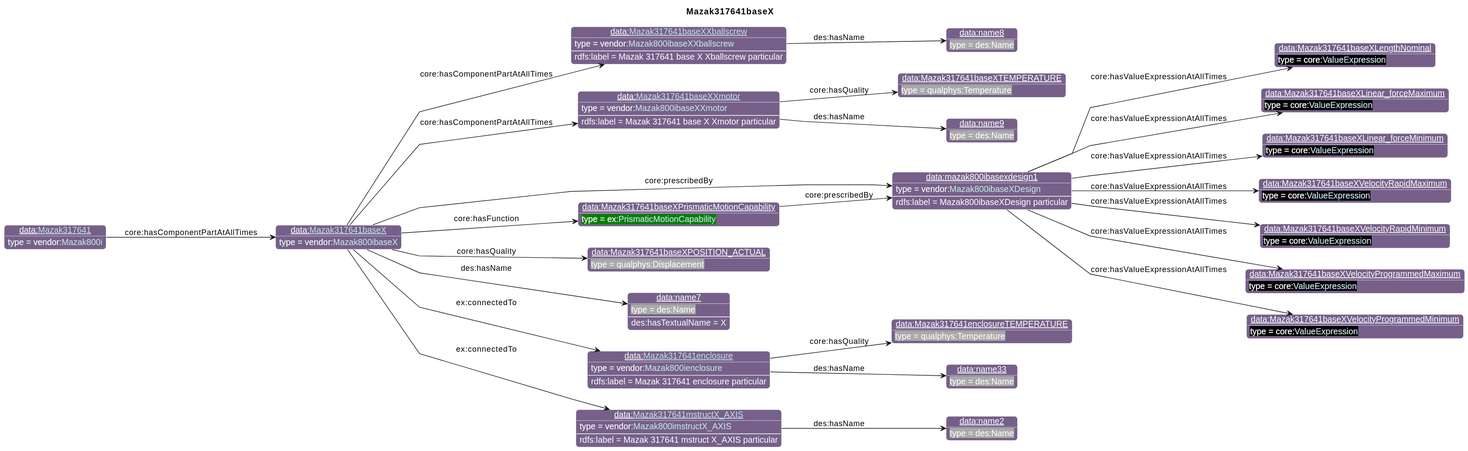
The PlantUML diagram diagrams/Mazak317641baseX.svg in iofoundry/example-syseng-mtconnect, before a commit.
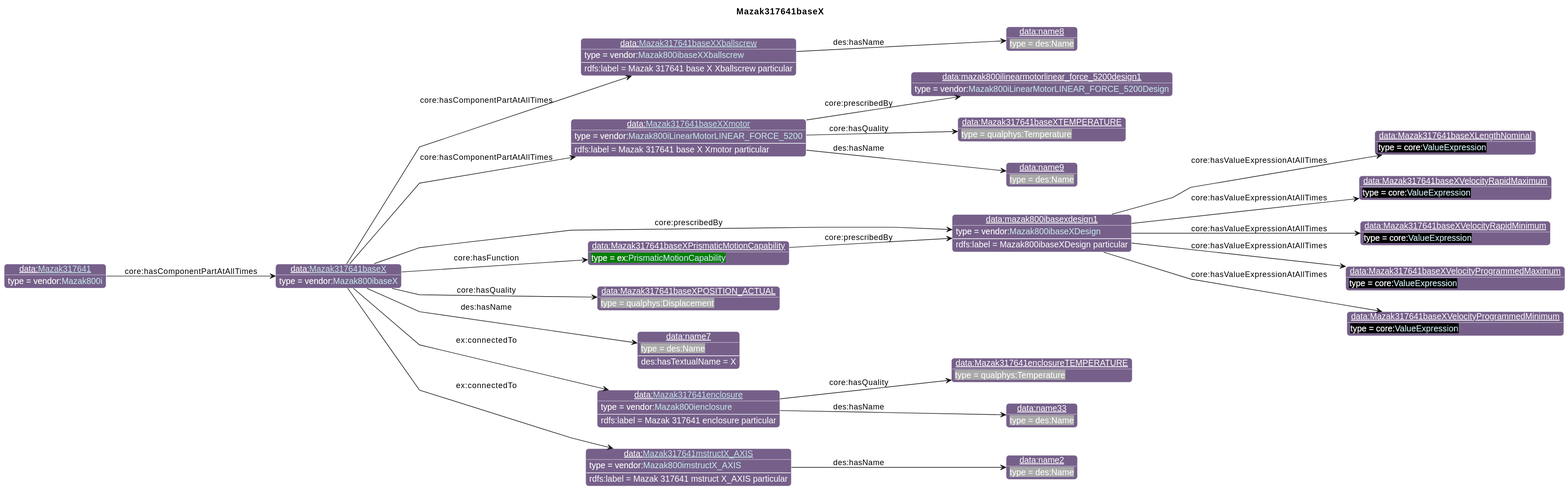
After the commit.

The edit, as a diff of the source:
```diff
@@ -28,53 +28,51 @@
 individual(o0, data:[[./Mazak317641baseX.html Mazak317641baseX]], vendor:[[../Mazak.html#Mazak800ibaseX Mazak800ibaseX]])
 individual(o1, data:[[./Mazak317641baseXXballscrew.html Mazak317641baseXXballscrew]], vendor:[[../Mazak.html#Mazak800ibaseXXballscrew Mazak800ibaseXXballscrew]])
 individual(o2, data:name8, des:Name)
-individual(o3, data:[[./Mazak317641baseXXmotor.html Mazak317641baseXXmotor]], vendor:[[../Mazak.html#Mazak800ibaseXXmotor Mazak800ibaseXXmotor]])
-individual(o4, data:Mazak317641baseXTEMPERATURE, qualphys:Temperature)
-individual(o5, data:name9, des:Name)
-individual(o6, data:mazak800ibasexdesign1, vendor:[[../Mazak.html#Mazak800ibaseXDesign Mazak800ibaseXDesign]])
-individual(o7, data:Mazak317641baseXLengthNominal, core:[[https://spec.industrialontologies.org/ontology/core/Core/ValueExpression ValueExpression]])
-individual(o8, data:Mazak317641baseXLinear_forceMaximum, core:[[https://spec.industrialontologies.org/ontology/core/Core/ValueExpression ValueExpression]])
-individual(o9, data:Mazak317641baseXLinear_forceMinimum, core:[[https://spec.industrialontologies.org/ontology/core/Core/ValueExpression ValueExpression]])
-individual(o10, data:Mazak317641baseXVelocityRapidMaximum, core:[[https://spec.industrialontologies.org/ontology/core/Core/ValueExpression ValueExpression]])
-individual(o11, data:Mazak317641baseXVelocityRapidMinimum, core:[[https://spec.industrialontologies.org/ontology/core/Core/ValueExpression ValueExpression]])
-individual(o12, data:Mazak317641baseXVelocityProgrammedMaximum, core:[[https://spec.industrialontologies.org/ontology/core/Core/ValueExpression ValueExpression]])
-individual(o13, data:Mazak317641baseXVelocityProgrammedMinimum, core:[[https://spec.industrialontologies.org/ontology/core/Core/ValueExpression ValueExpression]])
-individual(o14, data:Mazak317641baseXPrismaticMotionCapability, ex:[[../Example.html#PrismaticMotionCapability PrismaticMotionCapability]])
-individual(o15, data:Mazak317641baseXPOSITION_ACTUAL, qualphys:Displacement)
-individual(o16, data:name7, des:Name)
-individual(o17, data:[[./Mazak317641enclosure.html Mazak317641enclosure]], vendor:[[../Mazak.html#Mazak800ienclosure Mazak800ienclosure]])
-individual(o18, data:Mazak317641enclosureTEMPERATURE, qualphys:Temperature)
-individual(o19, data:name33, des:Name)
-individual(o20, data:[[./Mazak317641mstructX_AXIS.html Mazak317641mstructX_AXIS]], vendor:[[../Mazak.html#Mazak800imstructX_AXIS Mazak800imstructX_AXIS]])
-individual(o21, data:name2, des:Name)
-individual(o22, data:[[./Mazak317641.html Mazak317641]], vendor:[[../Mazak.html#Mazak800i Mazak800i]])
+individual(o3, data:[[./Mazak317641baseXXmotor.html Mazak317641baseXXmotor]], vendor:[[../Mazak.html#Mazak800iLinearMotorLINEAR_FORCE_5200 Mazak800iLinearMotorLINEAR_FORCE_5200]])
+individual(o4, data:mazak800ilinearmotorlinear_force_5200design1, vendor:[[../Mazak.html#Mazak800iLinearMotorLINEAR_FORCE_5200Design Mazak800iLinearMotorLINEAR_FORCE_5200Design]])
+individual(o5, data:Mazak317641baseXTEMPERATURE, qualphys:Temperature)
+individual(o6, data:name9, des:Name)
+individual(o7, data:mazak800ibasexdesign1, vendor:[[../Mazak.html#Mazak800ibaseXDesign Mazak800ibaseXDesign]])
+individual(o8, data:Mazak317641baseXLengthNominal, core:[[https://spec.industrialontologies.org/ontology/core/Core/ValueExpression ValueExpression]])
+individual(o9, data:Mazak317641baseXVelocityRapidMaximum, core:[[https://spec.industrialontologies.org/ontology/core/Core/ValueExpression ValueExpression]])
+individual(o10, data:Mazak317641baseXVelocityRapidMinimum, core:[[https://spec.industrialontologies.org/ontology/core/Core/ValueExpression ValueExpression]])
+individual(o11, data:Mazak317641baseXVelocityProgrammedMaximum, core:[[https://spec.industrialontologies.org/ontology/core/Core/ValueExpression ValueExpression]])
+individual(o12, data:Mazak317641baseXVelocityProgrammedMinimum, core:[[https://spec.industrialontologies.org/ontology/core/Core/ValueExpression ValueExpression]])
+individual(o13, data:Mazak317641baseXPrismaticMotionCapability, ex:[[../Example.html#PrismaticMotionCapability PrismaticMotionCapability]])
+individual(o14, data:Mazak317641baseXPOSITION_ACTUAL, qualphys:Displacement)
+individual(o15, data:name7, des:Name)
+individual(o16, data:[[./Mazak317641enclosure.html Mazak317641enclosure]], vendor:[[../Mazak.html#Mazak800ienclosure Mazak800ienclosure]])
+individual(o17, data:Mazak317641enclosureTEMPERATURE, qualphys:Temperature)
+individual(o18, data:name33, des:Name)
+individual(o19, data:[[./Mazak317641mstructX_AXIS.html Mazak317641mstructX_AXIS]], vendor:[[../Mazak.html#Mazak800imstructX_AXIS Mazak800imstructX_AXIS]])
+individual(o20, data:name2, des:Name)
+individual(o21, data:[[./Mazak317641.html Mazak317641]], vendor:[[../Mazak.html#Mazak800i Mazak800i]])
 property(o0, "core:hasComponentPartAtAllTimes", o1)
 data(o1, "rdfs:label", "Mazak 317641 base X Xballscrew particular")
 property(o1, "des:hasName", o2)
 property(o0, "core:hasComponentPartAtAllTimes", o3)
 data(o3, "rdfs:label", "Mazak 317641 base X Xmotor particular")
-property(o3, "core:hasQuality", o4)
-property(o3, "des:hasName", o5)
-property(o0, "core:prescribedBy", o6)
-data(o6, "rdfs:label", "Mazak800ibaseXDesign particular")
-property(o6, "core:hasValueExpressionAtAllTimes", o7)
-property(o6, "core:hasValueExpressionAtAllTimes", o8)
-property(o6, "core:hasValueExpressionAtAllTimes", o9)
-property(o6, "core:hasValueExpressionAtAllTimes", o10)
-property(o6, "core:hasValueExpressionAtAllTimes", o11)
-property(o6, "core:hasValueExpressionAtAllTimes", o12)
-property(o6, "core:hasValueExpressionAtAllTimes", o13)
-property(o0, "core:hasFunction", o14)
-property(o14, "core:prescribedBy", o6)
-property(o0, "core:hasQuality", o15)
-property(o0, "des:hasName", o16)
-data(o16, "des:hasTextualName", "X")
-property(o0, "ex:connectedTo", o17)
-data(o17, "rdfs:label", "Mazak 317641 enclosure particular")
-property(o17, "core:hasQuality", o18)
-property(o17, "des:hasName", o19)
-property(o0, "ex:connectedTo", o20)
-data(o20, "rdfs:label", "Mazak 317641 mstruct X_AXIS particular")
-property(o20, "des:hasName", o21)
-property(o22, "core:hasComponentPartAtAllTimes", o0)
+property(o3, "core:prescribedBy", o4)
+property(o3, "core:hasQuality", o5)
+property(o3, "des:hasName", o6)
+property(o0, "core:prescribedBy", o7)
+data(o7, "rdfs:label", "Mazak800ibaseXDesign particular")
+property(o7, "core:hasValueExpressionAtAllTimes", o8)
+property(o7, "core:hasValueExpressionAtAllTimes", o9)
+property(o7, "core:hasValueExpressionAtAllTimes", o10)
+property(o7, "core:hasValueExpressionAtAllTimes", o11)
+property(o7, "core:hasValueExpressionAtAllTimes", o12)
+property(o0, "core:hasFunction", o13)
+property(o13, "core:prescribedBy", o7)
+property(o0, "core:hasQuality", o14)
+property(o0, "des:hasName", o15)
+data(o15, "des:hasTextualName", "X")
+property(o0, "ex:connectedTo", o16)
+data(o16, "rdfs:label", "Mazak 317641 enclosure particular")
+property(o16, "core:hasQuality", o17)
+property(o16, "des:hasName", o18)
+property(o0, "ex:connectedTo", o19)
+data(o19, "rdfs:label", "Mazak 317641 mstruct X_AXIS particular")
+property(o19, "des:hasName", o20)
+property(o21, "core:hasComponentPartAtAllTimes", o0)
 @enduml
```
